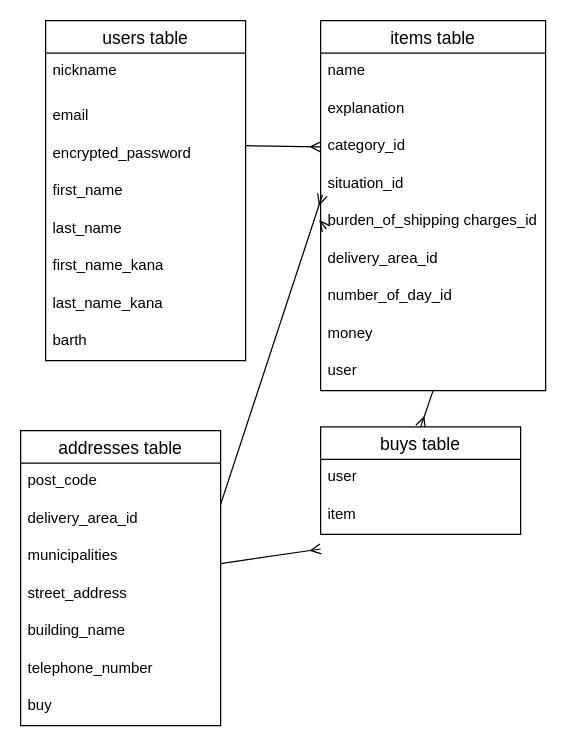
Before: furima.dio in SAKURAchan916/furima-41121, a draw.io diagram. Source tidied: cells renumbered, new cells numbered last; positions are measured from the earlier drawing's top-left corner, leaving out a move shared by most shapes. Both pictures are drawn from the tidied source at 125%, with x=0, y=0 at pixel (20, 20).
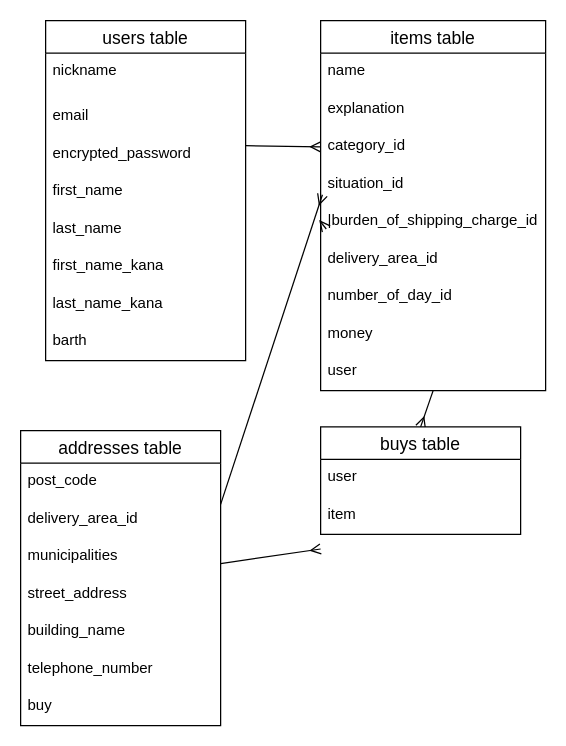
The same page after the edit.

Unchanged cells that the change refers to:
```xml
<mxCell id="12" value="items table" style="swimlane;fontStyle=0;horizontal=1;startSize=26;align=center;fontSize=14;" parent="1" vertex="1">
  <mxGeometry x="240" width="180" height="296" as="geometry" />
</mxCell>
```

The edit, as a diff of the source:
```diff
@@
-    <mxCell id="18" value="burden_of_shipping charges_id" style="text;strokeColor=none;fillColor=none;spacingLeft=4;spacingRight=4;overflow=hidden;points=[[0,0.5],[1,0.5]];portConstraint=eastwest;fontSize=12;" parent="12" vertex="1">
+    <mxCell id="18" value="|burden_of_shipping_charge_id" style="text;strokeColor=none;fillColor=none;spacingLeft=4;spacingRight=4;overflow=hidden;points=[[0,0.5],[1,0.5]];portConstraint=eastwest;fontSize=12;" parent="12" vertex="1">
       <mxGeometry y="146" width="180" height="30" as="geometry" />
     </mxCell>
```
